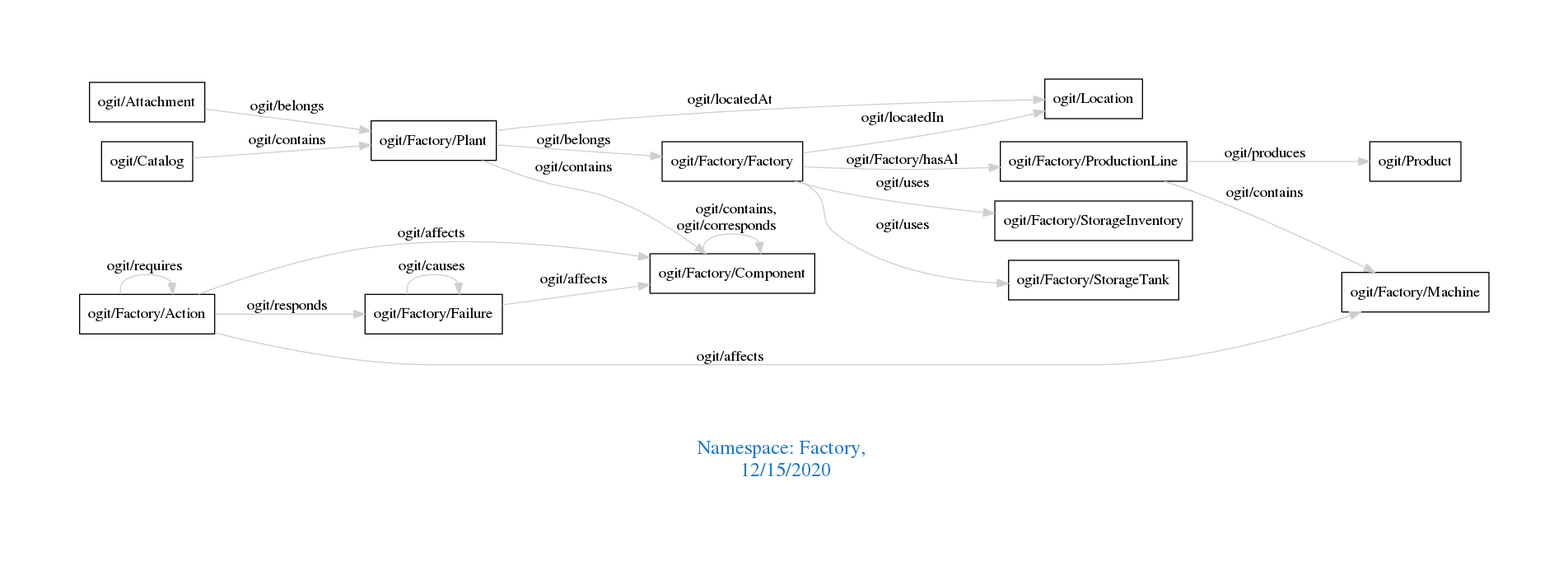
Earlier version of the Graphviz export downloads/Factory.png (arago/OGIT). Its source is kept beside it as downloads/Factory.dot.
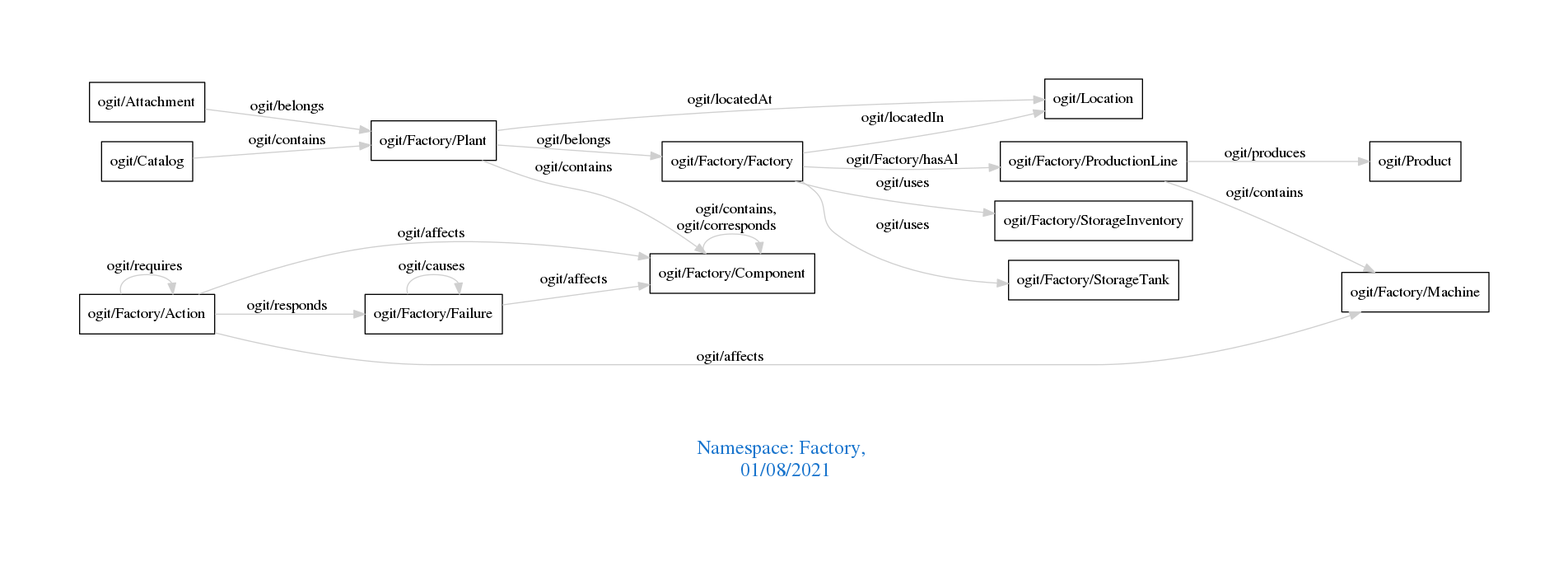
Later version of the same file.

What changed in the source:
```diff
@@ -1,7 +1,7 @@
 digraph OGIT_ontology {
  graph [ rankdir= LR,pad=1
 fontsize = 18,
-fontcolor= dodgerblue3,label = "\n\n\nNamespace: Factory, \n 12/15/2020"];
+fontcolor= dodgerblue3,label = "\n\n\nNamespace: Factory, \n 01/08/2021"];
 node[shape=polygon];
 edge [  color="gray81"];
 
```
